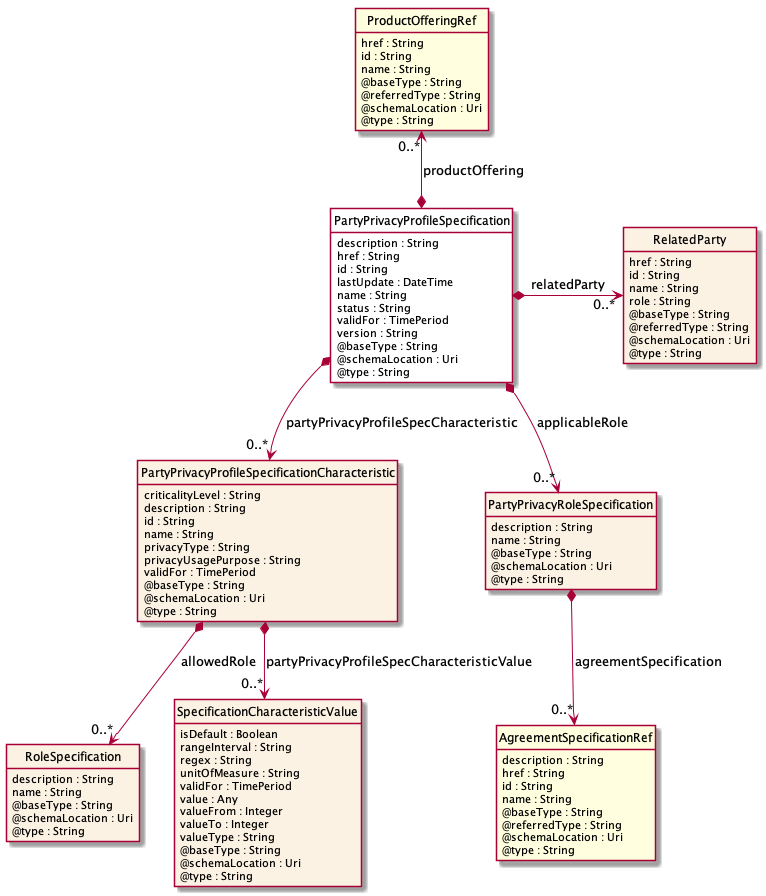
This is apis/TMF644_Privacy/documentation/diagrams/Resource_PartyPrivacyProfileSpecification.png from tmforum-apis/Open_Api_And_Data_Model, a PlantUML export, as it was before one commit.
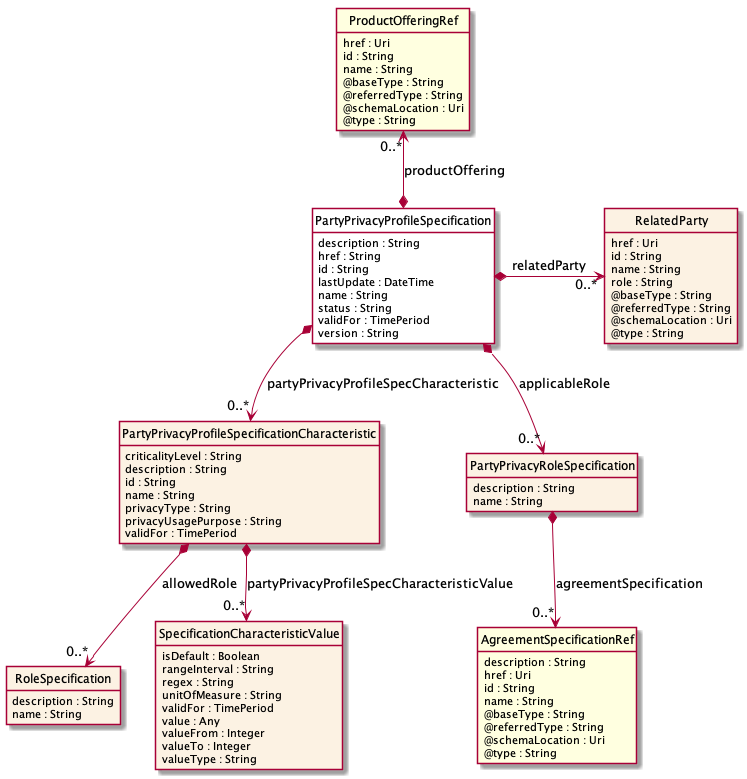
The same diagram one commit later.

Change to the diagram source:
```diff
@@ -19,13 +19,10 @@
     status : String
     validFor : TimePeriod
     version : String
-    @baseType : String
-    @schemaLocation : Uri
-    @type : String
 }
 
 class ProductOfferingRef  <<Ref>> {
-    href : String
+    href : Uri
     id : String
     name : String
     @baseType : String
@@ -42,17 +39,11 @@
     privacyType : String
     privacyUsagePurpose : String
     validFor : TimePeriod
-    @baseType : String
-    @schemaLocation : Uri
-    @type : String
 }
 
 class RoleSpecification  {
     description : String
     name : String
-    @baseType : String
-    @schemaLocation : Uri
-    @type : String
 }
 
 class SpecificationCharacteristicValue  {
@@ -65,22 +56,16 @@
     valueFrom : Integer
     valueTo : Integer
     valueType : String
-    @baseType : String
-    @schemaLocation : Uri
-    @type : String
 }
 
 class PartyPrivacyRoleSpecification  {
     description : String
     name : String
-    @baseType : String
-    @schemaLocation : Uri
-    @type : String
 }
 
 class AgreementSpecificationRef  <<Ref>> {
     description : String
-    href : String
+    href : Uri
     id : String
     name : String
     @baseType : String
@@ -90,7 +75,7 @@
 }
 
 class RelatedParty  {
-    href : String
+    href : Uri
     id : String
     name : String
     role : String
```
